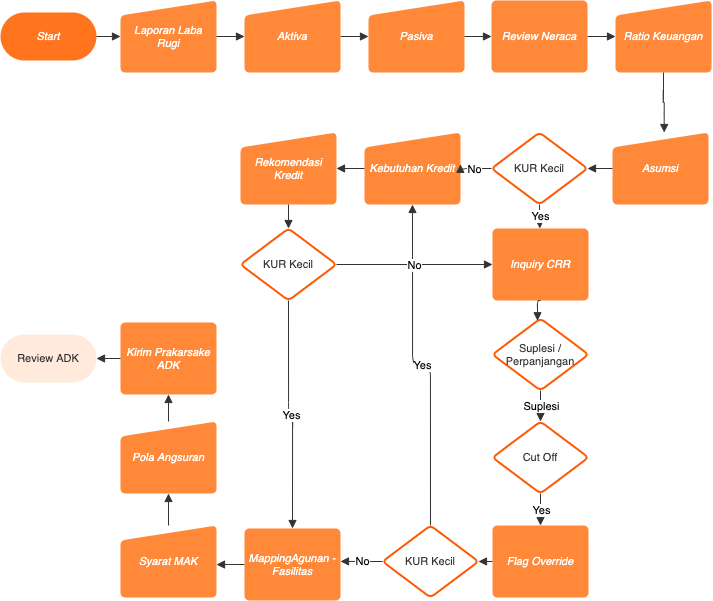
This is suplesi_perpanjangan_web-prakarsa suplesi perpanjangan web.png from icdelight/flowchart, a draw.io export, as it was before one commit. Source tidied: cells renumbered, new cells last; positions are measured from the earlier drawing's top-left corner, leaving out a move shared by most shapes.
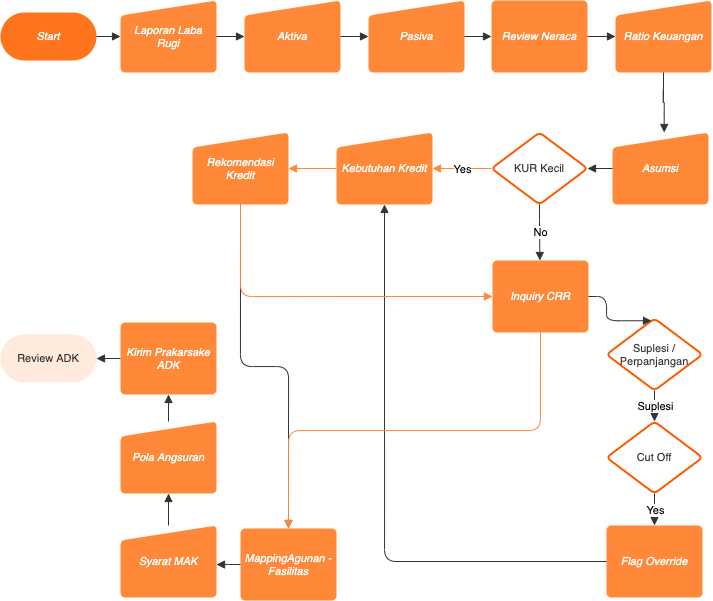
After the change.

What changed in the source:
```diff
@@ -9,7 +9,7 @@
       <mxGeometry x="120" width="96" height="72" as="geometry" />
     </mxCell>
     <mxCell id="4" value="Cut Off" style="html=1;whiteSpace=wrap;rhombus;fontSize=11;fontColor=#333333;spacing=3;strokeColor=#fe5900;strokeOpacity=100;rounded=1;absoluteArcSize=1;arcSize=9.6;strokeWidth=2;" parent="1" vertex="1">
-      <mxGeometry x="492" y="421" width="96" height="72" as="geometry" />
+      <mxGeometry x="606" y="421" width="96" height="72" as="geometry" />
     </mxCell>
     <mxCell id="5" value="Review ADK" style="html=1;whiteSpace=wrap;rounded=1;arcSize=50;fontSize=11;fontColor=#333333;spacing=3;strokeOpacity=0;fillOpacity=100;fillColor=#ffeadb;" parent="1" vertex="1">
       <mxGeometry y="334" width="96" height="48" as="geometry" />
@@ -30,10 +30,10 @@
       <mxGeometry x="612" y="132" width="96" height="72" as="geometry" />
     </mxCell>
     <mxCell id="11" value="Kebutuhan Kredit" style="html=1;whiteSpace=wrap;shape=manualInput;size=15;fontSize=11;fontColor=#ffffff;fontStyle=2;spacing=3;strokeOpacity=0;fillOpacity=100;rounded=1;absoluteArcSize=1;arcSize=9.6;fillColor=#ff8839;" parent="1" vertex="1">
-      <mxGeometry x="364" y="132" width="96" height="72" as="geometry" />
+      <mxGeometry x="336" y="132" width="96" height="72" as="geometry" />
     </mxCell>
     <mxCell id="12" value="Rekomendasi Kredit" style="html=1;whiteSpace=wrap;shape=manualInput;size=15;fontSize=11;fontColor=#ffffff;fontStyle=2;spacing=3;strokeOpacity=0;fillOpacity=100;rounded=1;absoluteArcSize=1;arcSize=9.6;fillColor=#ff8839;" parent="1" vertex="1">
-      <mxGeometry x="240" y="132" width="96" height="72" as="geometry" />
+      <mxGeometry x="192" y="132" width="96" height="72" as="geometry" />
     </mxCell>
     <mxCell id="13" value="Syarat MAK" style="html=1;whiteSpace=wrap;shape=manualInput;size=15;fontSize=11;fontColor=#ffffff;fontStyle=2;spacing=3;strokeOpacity=0;fillOpacity=100;rounded=1;absoluteArcSize=1;arcSize=9.6;fillColor=#ff8839;" parent="1" vertex="1">
       <mxGeometry x="120" y="525" width="96" height="72" as="geometry" />
@@ -42,16 +42,16 @@
       <mxGeometry x="120" y="421" width="96" height="72" as="geometry" />
     </mxCell>
     <mxCell id="15" value="Mapping Agunan - Fasilitas" style="html=1;whiteSpace=wrap;fontSize=11;fontColor=#ffffff;fontStyle=2;spacing=3;strokeOpacity=0;fillOpacity=100;rounded=1;absoluteArcSize=1;arcSize=9.6;fillColor=#ff8839;" parent="1" vertex="1">
-      <mxGeometry x="244" y="528" width="96" height="72" as="geometry" />
+      <mxGeometry x="240" y="528" width="96" height="72" as="geometry" />
     </mxCell>
     <mxCell id="16" value="Kirim Prakarsa ke ADK" style="html=1;whiteSpace=wrap;fontSize=11;fontColor=#ffffff;fontStyle=2;spacing=3;strokeOpacity=0;fillOpacity=100;rounded=1;absoluteArcSize=1;arcSize=9.6;fillColor=#ff8839;" parent="1" vertex="1">
       <mxGeometry x="120" y="322" width="96" height="72" as="geometry" />
     </mxCell>
     <mxCell id="17" value="Inquiry CRR" style="html=1;whiteSpace=wrap;fontSize=11;fontColor=#ffffff;fontStyle=2;spacing=3;strokeOpacity=0;fillOpacity=100;rounded=1;absoluteArcSize=1;arcSize=9.6;fillColor=#ff8839;" parent="1" vertex="1">
-      <mxGeometry x="492" y="228" width="96" height="72" as="geometry" />
+      <mxGeometry x="492" y="260" width="96" height="72" as="geometry" />
     </mxCell>
     <mxCell id="18" value="Flag Override" style="html=1;whiteSpace=wrap;fontSize=11;fontColor=#ffffff;fontStyle=2;spacing=3;strokeOpacity=0;fillOpacity=100;rounded=1;absoluteArcSize=1;arcSize=9.6;fillColor=#ff8839;" parent="1" vertex="1">
-      <mxGeometry x="492" y="525" width="96" height="72" as="geometry" />
+      <mxGeometry x="606" y="525" width="96" height="72" as="geometry" />
     </mxCell>
     <mxCell id="19" style="html=1;jettySize=18;fontSize=11;strokeColor=#333333;strokeOpacity=100;rounded=1;arcSize=24;edgeStyle=orthogonalEdgeStyle;startArrow=none;endArrow=block;endFill=1;exitX=1;exitY=0.5;exitPerimeter=1;entryX=0;entryY=0.5;entryPerimeter=1;" parent="1" edge="1" source="2" target="3">
       <mxGeometry relative="1" as="geometry" />
@@ -71,92 +71,68 @@
     <mxCell id="24" style="html=1;jettySize=18;fontSize=11;strokeColor=#333333;strokeOpacity=100;rounded=1;arcSize=24;edgeStyle=orthogonalEdgeStyle;startArrow=none;endArrow=block;endFill=1;exitX=0.5;exitY=1;exitPerimeter=1;entryX=0.5323276392671573;entryY=0.07763361157091246;entryPerimeter=1;" parent="1" edge="1" source="9" target="10">
       <mxGeometry relative="1" as="geometry" />
     </mxCell>
-    <mxCell id="25" style="html=1;jettySize=18;fontSize=11;strokeColor=#333333;strokeOpacity=100;rounded=1;arcSize=24;edgeStyle=orthogonalEdgeStyle;startArrow=none;endArrow=block;endFill=1;exitX=0;exitY=0.5;exitPerimeter=1;entryX=1;entryY=0.5;entryPerimeter=1;" parent="1" edge="1" source="11" target="12">
-      <mxGeometry relative="1" as="geometry" />
+    <mxCell id="25" value="Suplesi / Perpanjangan" style="html=1;whiteSpace=wrap;rhombus;fontSize=11;fontColor=#333333;spacing=3;strokeColor=#fe5900;strokeOpacity=100;rounded=1;absoluteArcSize=1;arcSize=9.6;strokeWidth=2;" parent="1" vertex="1">
+      <mxGeometry x="606" y="318" width="96" height="72" as="geometry" />
     </mxCell>
-    <mxCell id="26" value="Suplesi / Perpanjangan" style="html=1;whiteSpace=wrap;rhombus;fontSize=11;fontColor=#333333;spacing=3;strokeColor=#fe5900;strokeOpacity=100;rounded=1;absoluteArcSize=1;arcSize=9.6;strokeWidth=2;" parent="1" vertex="1">
-      <mxGeometry x="492" y="318" width="96" height="72" as="geometry" />
+    <mxCell id="26" style="html=1;jettySize=18;fontSize=11;strokeColor=#333333;strokeOpacity=100;rounded=1;arcSize=24;edgeStyle=orthogonalEdgeStyle;startArrow=none;endArrow=block;endFill=1;exitX=1;exitY=0.5;exitPerimeter=1;entryX=0.46767236073284274;entryY=0.015217817979098195;entryPerimeter=1;" parent="1" edge="1" source="17" target="25">
+      <mxGeometry relative="1" as="geometry" />
     </mxCell>
-    <mxCell id="27" style="html=1;jettySize=18;fontSize=11;strokeColor=#333333;strokeOpacity=100;rounded=1;arcSize=24;edgeStyle=orthogonalEdgeStyle;startArrow=none;endArrow=block;endFill=1;exitX=0.5;exitY=1;exitPerimeter=1;entryX=0.46767236073284274;entryY=0.015217817979098195;entryPerimeter=1;" parent="1" edge="1" source="17" target="26">
+    <mxCell id="27" style="html=1;jettySize=18;fontSize=11;fontColor=#333333;align=center;strokeColor=#333333;strokeOpacity=100;rounded=1;arcSize=24;edgeStyle=orthogonalEdgeStyle;startArrow=none;endArrow=block;endFill=1;exitX=0.5;exitY=0.9923865597372427;exitPerimeter=1;entryX=0.5;entryY=0.007613440262757424;entryPerimeter=1;" parent="1" edge="1" source="25" target="4">
       <mxGeometry relative="1" as="geometry" />
     </mxCell>
-    <mxCell id="28" style="html=1;jettySize=18;fontSize=11;fontColor=#333333;align=center;strokeColor=#333333;strokeOpacity=100;rounded=1;arcSize=24;edgeStyle=orthogonalEdgeStyle;startArrow=none;endArrow=block;endFill=1;exitX=0.5;exitY=0.9923865597372427;exitPerimeter=1;entryX=0.5;entryY=0.007613440262757424;entryPerimeter=1;" parent="1" edge="1" source="26" target="4">
+    <mxCell id="28" value="Suplesi" style="text;html=1;labelBackgroundColor=#ffffff;align=center;verticalAlign=middle;fontSize=11;" parent="27" vertex="1">
       <mxGeometry relative="1" as="geometry" />
     </mxCell>
-    <mxCell id="29" value="Suplesi" style="text;html=1;labelBackgroundColor=#ffffff;align=center;verticalAlign=middle;fontSize=11;" parent="28" vertex="1">
+    <mxCell id="29" style="html=1;jettySize=18;fontSize=11;fontColor=#333333;align=center;strokeColor=#333333;strokeOpacity=100;rounded=1;arcSize=24;edgeStyle=orthogonalEdgeStyle;startArrow=none;endArrow=block;endFill=1;exitX=0.5;exitY=0.9923865597372427;exitPerimeter=1;entryX=0.5;entryY=0;entryPerimeter=1;" parent="1" edge="1" source="4" target="18">
       <mxGeometry relative="1" as="geometry" />
     </mxCell>
-    <mxCell id="30" style="html=1;jettySize=18;fontSize=11;fontColor=#333333;align=center;strokeColor=#333333;strokeOpacity=100;rounded=1;arcSize=24;edgeStyle=orthogonalEdgeStyle;startArrow=none;endArrow=block;endFill=1;exitX=0.5;exitY=0.9923865597372427;exitPerimeter=1;entryX=0.5;entryY=0;entryPerimeter=1;" parent="1" edge="1" source="4" target="18">
+    <mxCell id="30" value="Yes" style="text;html=1;labelBackgroundColor=#ffffff;align=center;verticalAlign=middle;fontSize=11;" parent="29" vertex="1">
       <mxGeometry relative="1" as="geometry" />
     </mxCell>
-    <mxCell id="31" value="Yes" style="text;html=1;labelBackgroundColor=#ffffff;align=center;verticalAlign=middle;fontSize=11;" parent="30" vertex="1">
-      <mxGeometry relative="1" as="geometry" />
+    <mxCell id="31" value="KUR Kecil" style="html=1;whiteSpace=wrap;rhombus;fontSize=11;fontColor=#333333;spacing=3;strokeColor=#fe5900;strokeOpacity=100;rounded=1;absoluteArcSize=1;arcSize=9.6;strokeWidth=2;" parent="1" vertex="1">
+      <mxGeometry x="491" y="132" width="96" height="72" as="geometry" />
     </mxCell>
-    <mxCell id="32" value="KUR Kecil" style="html=1;whiteSpace=wrap;rhombus;fontSize=11;fontColor=#333333;spacing=3;strokeColor=#fe5900;strokeOpacity=100;rounded=1;absoluteArcSize=1;arcSize=9.6;strokeWidth=2;" parent="1" vertex="1">
-      <mxGeometry x="491" y="132" width="96" height="72" as="geometry" />
+    <mxCell id="32" style="html=1;jettySize=18;fontSize=11;strokeColor=#333333;strokeOpacity=100;rounded=1;arcSize=24;edgeStyle=orthogonalEdgeStyle;startArrow=none;endArrow=block;endFill=1;exitX=0;exitY=0.5;exitPerimeter=1;entryX=0.9883891171243775;entryY=0.5;entryPerimeter=1;" parent="1" edge="1" source="10" target="31">
+      <mxGeometry relative="1" as="geometry" />
     </mxCell>
-    <mxCell id="33" style="html=1;jettySize=18;fontSize=11;strokeColor=#333333;strokeOpacity=100;rounded=1;arcSize=24;edgeStyle=orthogonalEdgeStyle;startArrow=none;endArrow=block;endFill=1;exitX=0;exitY=0.5;exitPerimeter=1;entryX=0.9883891171243775;entryY=0.5;entryPerimeter=1;" parent="1" edge="1" source="10" target="32">
+    <mxCell id="33" style="html=1;jettySize=18;fontSize=11;fontColor=#333333;align=center;strokeColor=#333333;strokeOpacity=100;rounded=1;arcSize=24;edgeStyle=orthogonalEdgeStyle;startArrow=none;endArrow=block;endFill=1;exitX=0.5;exitY=0.9923865597372427;exitPerimeter=1;entryX=0.492995729450368;entryY=0;entryPerimeter=1;" parent="1" edge="1" source="31" target="17">
       <mxGeometry relative="1" as="geometry" />
     </mxCell>
-    <mxCell id="34" style="html=1;jettySize=18;fontSize=11;fontColor=#333333;align=center;strokeColor=#333333;strokeOpacity=100;rounded=1;arcSize=24;edgeStyle=orthogonalEdgeStyle;startArrow=none;endArrow=block;endFill=1;exitX=0.5;exitY=0.9923865597372427;exitPerimeter=1;entryX=0.492995729450368;entryY=0;entryPerimeter=1;" parent="1" edge="1" source="32" target="17">
+    <mxCell id="34" value="No" style="text;html=1;labelBackgroundColor=#ffffff;align=center;verticalAlign=middle;fontSize=11;" parent="33" vertex="1">
       <mxGeometry relative="1" as="geometry" />
     </mxCell>
-    <mxCell id="35" value="Yes" style="text;html=1;labelBackgroundColor=#ffffff;align=center;verticalAlign=middle;fontSize=11;" parent="34" vertex="1">
+    <mxCell id="35" style="html=1;jettySize=18;fontSize=11;strokeColor=#333333;strokeOpacity=100;rounded=1;arcSize=24;edgeStyle=orthogonalEdgeStyle;startArrow=none;endArrow=block;endFill=1;exitX=0;exitY=0.5;exitPerimeter=1;entryX=0.5;entryY=1;entryPerimeter=1;" parent="1" edge="1" source="18" target="11">
       <mxGeometry relative="1" as="geometry" />
     </mxCell>
-    <mxCell id="36" style="html=1;jettySize=18;fontSize=11;fontColor=#333333;align=center;strokeColor=#333333;strokeOpacity=100;rounded=1;arcSize=24;edgeStyle=orthogonalEdgeStyle;startArrow=none;endArrow=block;endFill=1;exitX=0.011610882875622596;exitY=0.5;exitPerimeter=1;entryX=1;entryY=0.441809815631675;entryPerimeter=1;" parent="1" edge="1" source="32" target="11">
+    <mxCell id="36" style="html=1;jettySize=18;fontSize=11;strokeColor=#333333;strokeOpacity=100;rounded=1;arcSize=24;edgeStyle=orthogonalEdgeStyle;startArrow=none;endArrow=block;endFill=1;exitX=0;exitY=0.5;exitPerimeter=1;entryX=1;entryY=0.542512716638051;entryPerimeter=1;" parent="1" edge="1" source="15" target="13">
       <mxGeometry relative="1" as="geometry" />
     </mxCell>
-    <mxCell id="37" value="No" style="text;html=1;labelBackgroundColor=#ffffff;align=center;verticalAlign=middle;fontSize=11;" parent="36" vertex="1">
+    <mxCell id="37" style="html=1;jettySize=18;fontSize=11;strokeColor=#333333;strokeOpacity=100;rounded=1;arcSize=24;edgeStyle=orthogonalEdgeStyle;startArrow=none;endArrow=block;endFill=1;exitX=0.5;exitY=0.08299999999999995;exitPerimeter=1;entryX=0.5;entryY=1;entryPerimeter=1;" parent="1" edge="1" source="13" target="14">
       <mxGeometry relative="1" as="geometry" />
     </mxCell>
-    <mxCell id="38" value="KUR Kecil" style="html=1;whiteSpace=wrap;rhombus;fontSize=11;fontColor=#333333;spacing=3;strokeColor=#fe5900;strokeOpacity=100;rounded=1;absoluteArcSize=1;arcSize=9.6;strokeWidth=2;" parent="1" vertex="1">
-      <mxGeometry x="382" y="525" width="96" height="72" as="geometry" />
+    <mxCell id="38" style="html=1;jettySize=18;fontSize=11;strokeColor=#333333;strokeOpacity=100;rounded=1;arcSize=24;edgeStyle=orthogonalEdgeStyle;startArrow=none;endArrow=block;endFill=1;exitX=0.5;exitY=0.08299999999999995;exitPerimeter=1;entryX=0.5;entryY=1;entryPerimeter=1;" parent="1" edge="1" source="14" target="16">
+      <mxGeometry relative="1" as="geometry" />
     </mxCell>
-    <mxCell id="39" style="html=1;jettySize=18;fontSize=11;strokeColor=#333333;strokeOpacity=100;rounded=1;arcSize=24;edgeStyle=orthogonalEdgeStyle;startArrow=none;endArrow=block;endFill=1;exitX=0;exitY=0.5;exitPerimeter=1;entryX=0.9883891171243775;entryY=0.5;entryPerimeter=1;" parent="1" edge="1" source="18" target="38">
+    <mxCell id="39" style="html=1;jettySize=18;fontSize=11;strokeColor=#333333;strokeOpacity=100;rounded=1;arcSize=24;edgeStyle=orthogonalEdgeStyle;startArrow=none;endArrow=block;endFill=1;exitX=0;exitY=0.5;exitPerimeter=1;entryX=1;entryY=0.5;entryPerimeter=1;" parent="1" edge="1" source="16" target="5">
       <mxGeometry relative="1" as="geometry" />
     </mxCell>
-    <mxCell id="40" style="html=1;jettySize=18;fontSize=11;fontColor=#333333;align=center;strokeColor=#333333;strokeOpacity=100;rounded=1;arcSize=24;edgeStyle=orthogonalEdgeStyle;startArrow=none;endArrow=block;endFill=1;exitX=0.5;exitY=0.007613440262757424;exitPerimeter=1;entryX=0.5;entryY=1;entryPerimeter=1;" parent="1" edge="1" source="38" target="11">
+    <mxCell id="40" style="html=1;jettySize=18;fontSize=11;strokeColor=#333333;strokeOpacity=100;rounded=1;arcSize=24;edgeStyle=orthogonalEdgeStyle;startArrow=none;endArrow=block;endFill=1;exitX=0.5;exitY=1;exitPerimeter=1;entryX=0.5000000000000007;entryY=0;entryPerimeter=1;" parent="1" edge="1" source="12" target="15">
       <mxGeometry relative="1" as="geometry" />
     </mxCell>
-    <mxCell id="41" value="Yes" style="text;html=1;labelBackgroundColor=#ffffff;align=center;verticalAlign=middle;fontSize=11;" parent="40" vertex="1">
+    <mxCell id="41" style="html=1;jettySize=18;fontSize=11;fontColor=#333333;align=center;strokeColor=#ff8839;strokeOpacity=100;rounded=1;arcSize=24;edgeStyle=orthogonalEdgeStyle;endArrow=block;endFill=1;exitX=0.011610882875622596;exitY=0.5;exitPerimeter=1;entryX=1;entryY=0.5;entryPerimeter=1;" parent="1" edge="1" source="31" target="11">
       <mxGeometry relative="1" as="geometry" />
     </mxCell>
-    <mxCell id="42" style="html=1;jettySize=18;fontSize=11;strokeColor=#333333;strokeOpacity=100;rounded=1;arcSize=24;edgeStyle=orthogonalEdgeStyle;startArrow=none;endArrow=block;endFill=1;exitX=0;exitY=0.5;exitPerimeter=1;entryX=1;entryY=0.542512716638051;entryPerimeter=1;" parent="1" edge="1" source="15" target="13">
+    <mxCell id="42" value="Yes" style="text;html=1;labelBackgroundColor=#ffffff;align=center;verticalAlign=middle;fontSize=11;" parent="41" vertex="1">
       <mxGeometry relative="1" as="geometry" />
     </mxCell>
-    <mxCell id="43" style="html=1;jettySize=18;fontSize=11;strokeColor=#333333;strokeOpacity=100;rounded=1;arcSize=24;edgeStyle=orthogonalEdgeStyle;startArrow=none;endArrow=block;endFill=1;exitX=0.5;exitY=0.08299999999999995;exitPerimeter=1;entryX=0.5;entryY=1;entryPerimeter=1;" parent="1" edge="1" source="13" target="14">
+    <mxCell id="43" style="html=1;jettySize=18;fontSize=11;strokeColor=#ff8839;strokeOpacity=100;rounded=1;arcSize=24;edgeStyle=orthogonalEdgeStyle;endArrow=block;endFill=1;exitX=0;exitY=0.5;exitPerimeter=1;entryX=1;entryY=0.5;entryPerimeter=1;" parent="1" edge="1" source="11" target="12">
       <mxGeometry relative="1" as="geometry" />
     </mxCell>
-    <mxCell id="44" style="html=1;jettySize=18;fontSize=11;strokeColor=#333333;strokeOpacity=100;rounded=1;arcSize=24;edgeStyle=orthogonalEdgeStyle;startArrow=none;endArrow=block;endFill=1;exitX=0.5;exitY=0.08299999999999995;exitPerimeter=1;entryX=0.5;entryY=1;entryPerimeter=1;" parent="1" edge="1" source="14" target="16">
+    <mxCell id="44" style="html=1;jettySize=18;fontSize=11;strokeColor=#ff8839;strokeOpacity=100;rounded=1;arcSize=24;edgeStyle=orthogonalEdgeStyle;endArrow=block;endFill=1;exitX=0.5;exitY=1;exitPerimeter=1;entryX=0;entryY=0.5;entryPerimeter=1;" parent="1" edge="1" source="12" target="17">
       <mxGeometry relative="1" as="geometry" />
     </mxCell>
-    <mxCell id="45" style="html=1;jettySize=18;fontSize=11;strokeColor=#333333;strokeOpacity=100;rounded=1;arcSize=24;edgeStyle=orthogonalEdgeStyle;startArrow=none;endArrow=block;endFill=1;exitX=0;exitY=0.5;exitPerimeter=1;entryX=1;entryY=0.5;entryPerimeter=1;" parent="1" edge="1" source="16" target="5">
+    <mxCell id="45" style="html=1;jettySize=18;fontSize=11;strokeColor=#ff8839;strokeOpacity=100;rounded=1;arcSize=24;edgeStyle=orthogonalEdgeStyle;endArrow=block;endFill=1;exitX=0.5;exitY=1;exitPerimeter=1;entryX=0.5;entryY=0;entryPerimeter=1;" parent="1" edge="1" source="17" target="15">
       <mxGeometry relative="1" as="geometry" />
     </mxCell>
-    <mxCell id="46" style="html=1;jettySize=18;fontSize=11;fontColor=#333333;align=center;strokeColor=#333333;strokeOpacity=100;rounded=1;arcSize=24;edgeStyle=orthogonalEdgeStyle;startArrow=none;endArrow=block;endFill=1;exitX=0.011610882875622596;exitY=0.5;exitPerimeter=1;entryX=1;entryY=0.45748728336194894;entryPerimeter=1;" parent="1" edge="1" source="38" target="15">
-      <mxGeometry relative="1" as="geometry" />
-    </mxCell>
-    <mxCell id="47" value="No" style="text;html=1;labelBackgroundColor=#ffffff;align=center;verticalAlign=middle;fontSize=11;" parent="46" vertex="1">
-      <mxGeometry relative="1" as="geometry" />
-    </mxCell>
-    <mxCell id="48" value="KUR Kecil" style="html=1;whiteSpace=wrap;rhombus;fontSize=11;fontColor=#333333;spacing=3;strokeColor=#fe5900;strokeOpacity=100;rounded=1;absoluteArcSize=1;arcSize=9.6;strokeWidth=2;" parent="1" vertex="1">
-      <mxGeometry x="240" y="228" width="96" height="72" as="geometry" />
-    </mxCell>
-    <mxCell id="49" style="html=1;jettySize=18;fontSize=11;strokeColor=#333333;strokeOpacity=100;rounded=1;arcSize=24;edgeStyle=orthogonalEdgeStyle;startArrow=none;endArrow=block;endFill=1;exitX=0.5;exitY=1;exitPerimeter=1;entryX=0.5;entryY=0.007613440262757424;entryPerimeter=1;" parent="1" edge="1" source="12" target="48">
-      <mxGeometry relative="1" as="geometry" />
-    </mxCell>
-    <mxCell id="50" style="html=1;jettySize=18;fontSize=11;fontColor=#333333;align=center;strokeColor=#333333;strokeOpacity=100;rounded=1;arcSize=24;edgeStyle=orthogonalEdgeStyle;startArrow=none;endArrow=block;endFill=1;exitX=0.9883891171243775;exitY=0.5;exitPerimeter=1;entryX=0;entryY=0.5;entryPerimeter=1;" parent="1" edge="1" source="48" target="17">
-      <mxGeometry relative="1" as="geometry" />
-    </mxCell>
-    <mxCell id="51" value="No" style="text;html=1;labelBackgroundColor=#ffffff;align=center;verticalAlign=middle;fontSize=11;" parent="50" vertex="1">
-      <mxGeometry relative="1" as="geometry" />
-    </mxCell>
-    <mxCell id="52" style="html=1;jettySize=18;fontSize=11;fontColor=#333333;align=center;strokeColor=#333333;strokeOpacity=100;rounded=1;arcSize=24;edgeStyle=orthogonalEdgeStyle;startArrow=none;endArrow=block;endFill=1;exitX=0.5;exitY=0.9923865597372427;exitPerimeter=1;entryX=0.5;entryY=0;entryPerimeter=1;" parent="1" edge="1" source="48" target="15">
-      <mxGeometry relative="1" as="geometry" />
-    </mxCell>
-    <mxCell id="53" value="Yes" style="text;html=1;labelBackgroundColor=#ffffff;align=center;verticalAlign=middle;fontSize=11;" parent="52" vertex="1">
-      <mxGeometry relative="1" as="geometry" />
-    </mxCell>
   </root>
 </mxGraphModel>
```
